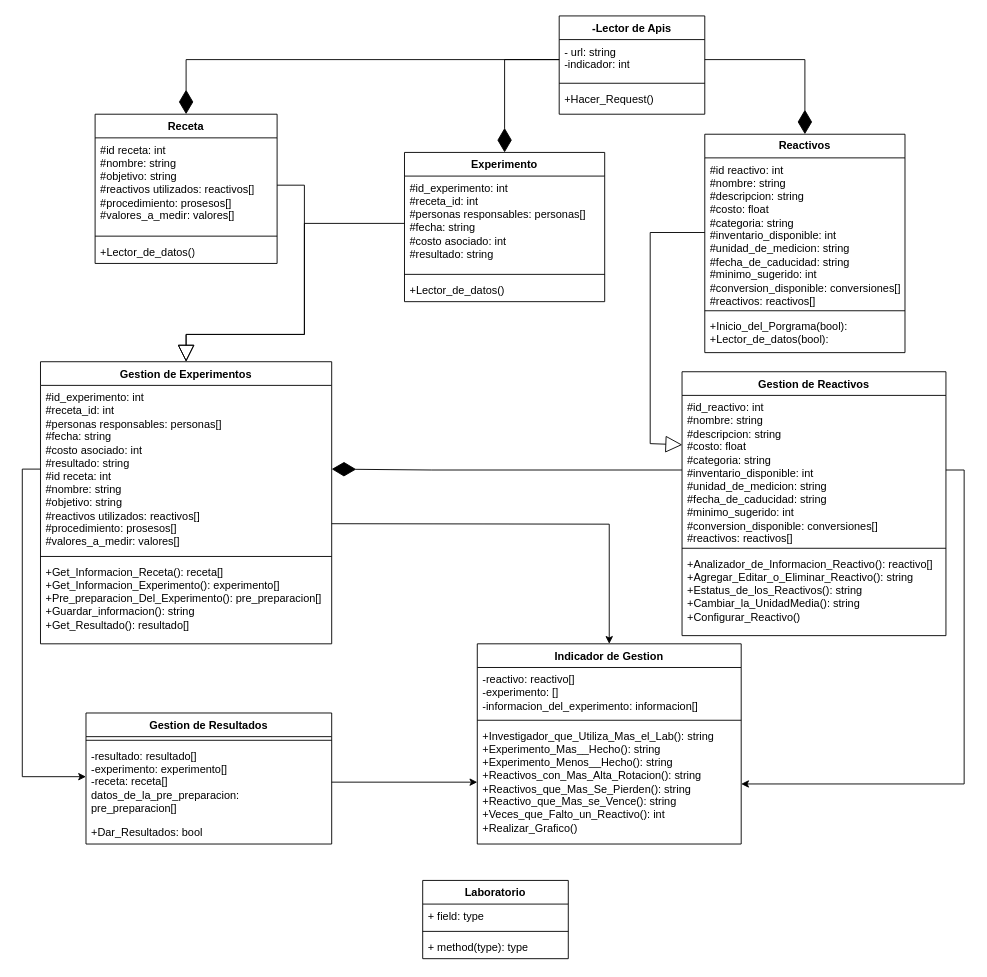
This is Diagrama_proyecto.drawio from Diegoafkx/Proyecto, a draw.io file, before an edit. Source tidied: cells renumbered, new cells numbered last; positions are measured from the earlier drawing's top-left corner, leaving out a move shared by most shapes. Both pictures are drawn from the tidied source at 91%, with x=0, y=0 at pixel (22, 15).
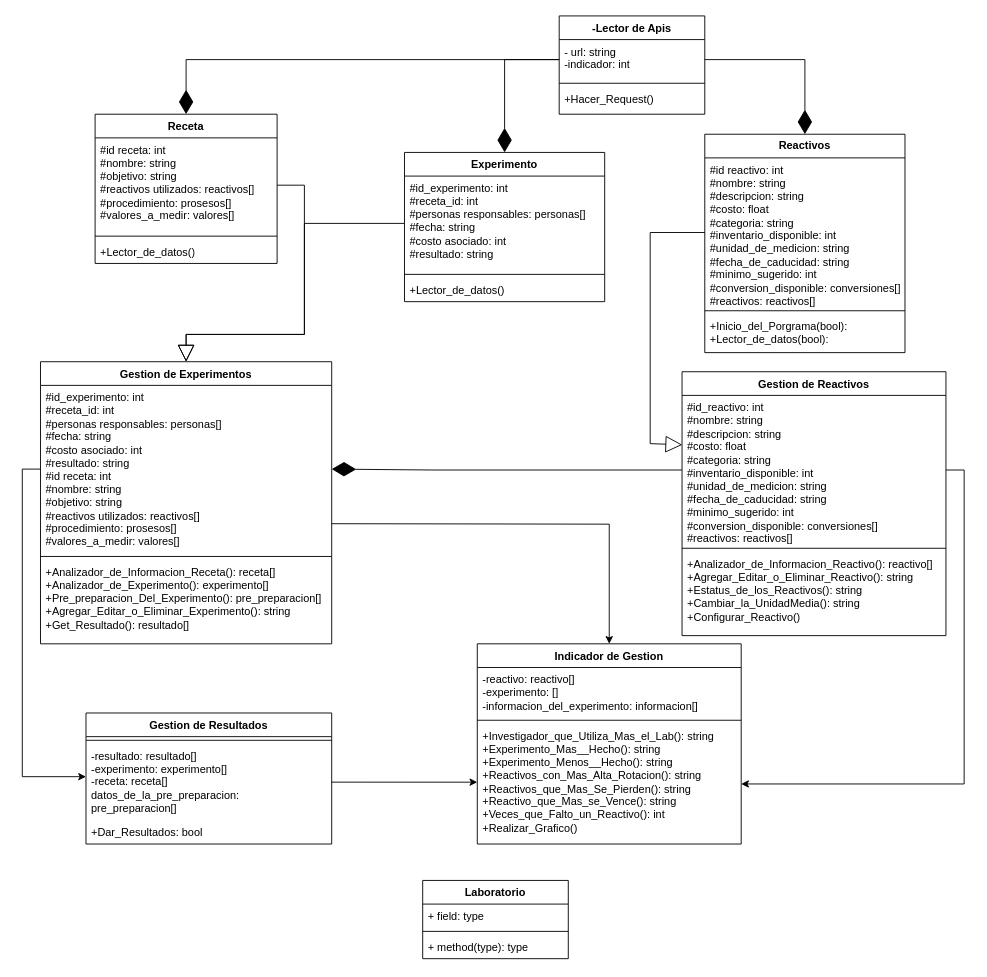
The same diagram, later.

Unchanged cells that the change refers to:
```xml
<mxCell id="10" value="Gestion de Experimentos" style="swimlane;fontStyle=1;align=center;verticalAlign=top;horizontal=1;startSize=26;whiteSpace=wrap;html=1;" parent="1" vertex="1">
  <mxGeometry x="20" y="380" width="320" height="310" as="geometry" />
</mxCell>
```

What changed in the source:
```diff
@@
-    <mxCell id="13" value="+Get_Informacion_Receta(): receta[]&lt;div&gt;+Get_Informacion_Experimento(): experimento[]&lt;/div&gt;&lt;div&gt;+Pre_preparacion_Del_Experimento(): pre_preparacion[]&lt;/div&gt;&lt;div&gt;+Guardar_informacion(): string&lt;/div&gt;&lt;div&gt;+Get_Resultado(): resultado[]&lt;/div&gt;" style="text;strokeColor=none;fillColor=none;align=left;verticalAlign=top;spacingLeft=4;spacingRight=4;overflow=hidden;whiteSpace=wrap;html=1;" parent="10" vertex="1">
+    <mxCell id="13" value="+Analizador_de_Informacion_Receta(): receta[]&lt;div&gt;+Analizador_de_Experimento(): experimento[]&lt;/div&gt;&lt;div&gt;+Pre_preparacion_Del_Experimento(): pre_preparacion[]&lt;/div&gt;&lt;div&gt;+Agregar_Editar_o_Eliminar_Experimento(): string&lt;/div&gt;&lt;div&gt;+Get_Resultado(): resultado[]&lt;/div&gt;" style="text;strokeColor=none;fillColor=none;align=left;verticalAlign=top;spacingLeft=4;spacingRight=4;overflow=hidden;whiteSpace=wrap;html=1;" parent="10" vertex="1">
       <mxGeometry y="218" width="320" height="92" as="geometry" />
     </mxCell>
```
